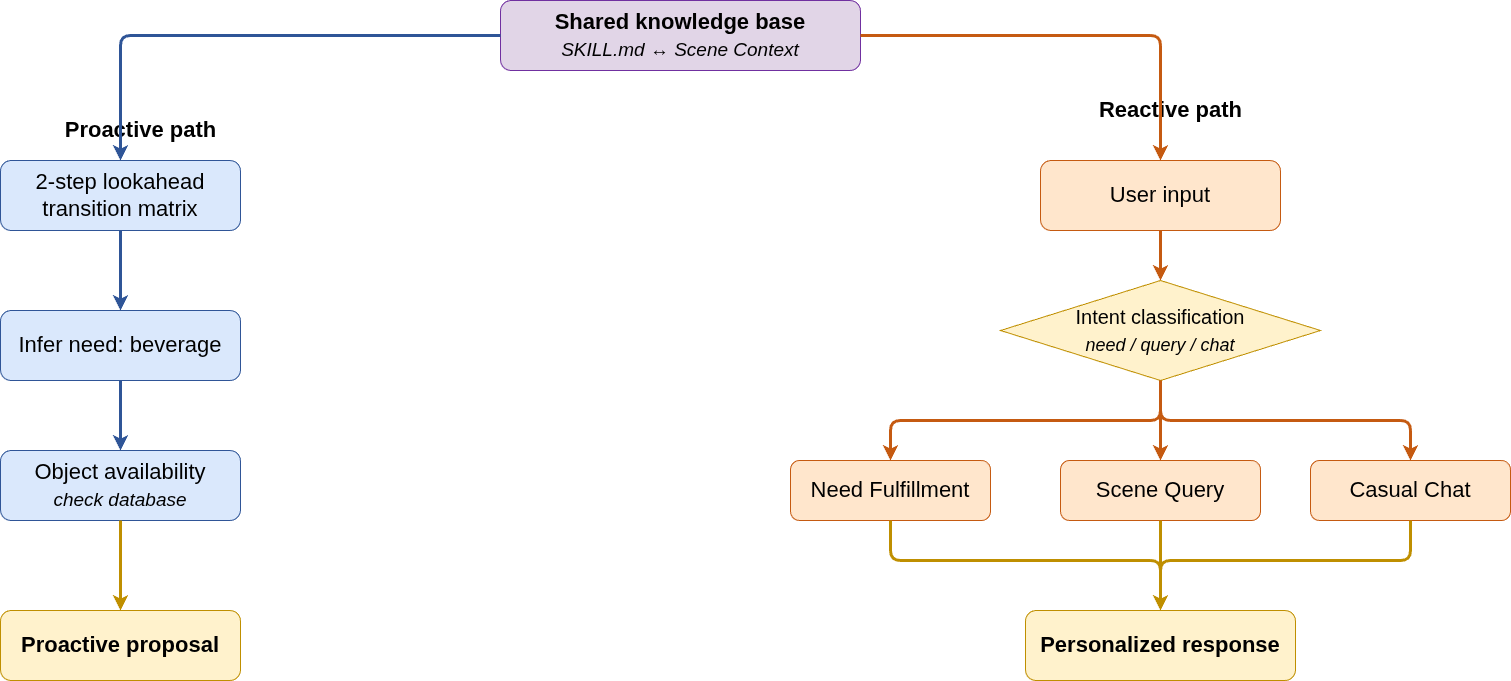
This is drawch3/3.6_service_architecture.png from wenny2377/pythonBackend3, a draw.io export, as it was before one commit. Source tidied: cells renumbered, new cells last; positions are measured from the earlier drawing's top-left corner, leaving out a move shared by most shapes.
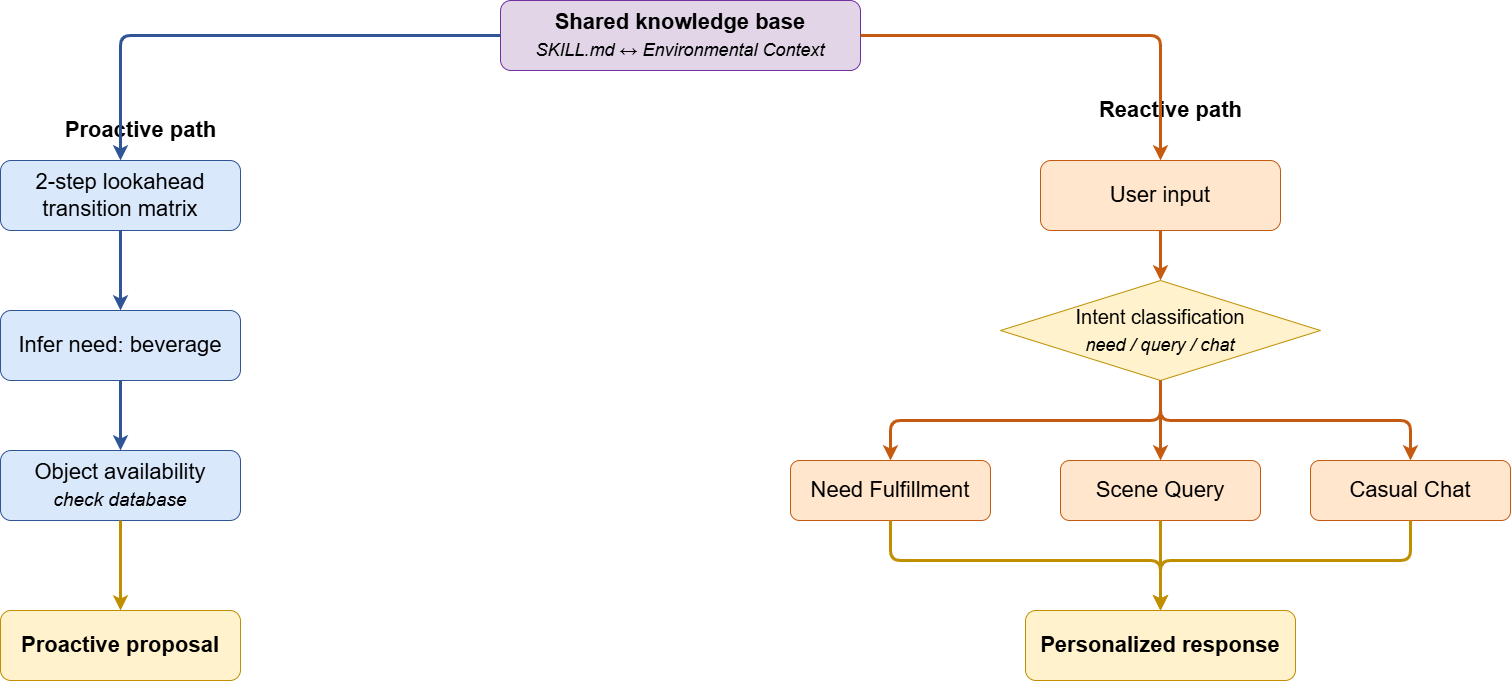
The same file after the commit.

What changed in the source:
```diff
@@ -2,7 +2,7 @@
   <root>
     <mxCell id="0" />
     <mxCell id="1" parent="0" />
-    <mxCell id="2" value="&lt;font style=&quot;color: rgb(0, 0, 0);&quot;&gt;Shared knowledge base&lt;/font&gt;&lt;div&gt;&lt;font style=&quot;color: rgb(0, 0, 0); font-weight: normal; font-size: 19px;&quot;&gt;&lt;i style=&quot;&quot;&gt;SKILL.md ↔ Scene Context&lt;/i&gt;&lt;/font&gt;&lt;/div&gt;" style="rounded=1;whiteSpace=wrap;html=1;fillColor=#e1d5e7;strokeColor=#7030a0;fontColor=#7030a0;fontSize=22;fontStyle=1;" parent="1" vertex="1">
+    <mxCell id="2" value="&lt;font style=&quot;color: rgb(0, 0, 0);&quot;&gt;Shared knowledge base&lt;/font&gt;&lt;div&gt;&lt;font style=&quot;color: rgb(0, 0, 0); font-weight: normal; font-size: 18px;&quot;&gt;&lt;i style=&quot;&quot;&gt;SKILL.md ↔ Environmental Context&lt;/i&gt;&lt;/font&gt;&lt;/div&gt;" style="rounded=1;whiteSpace=wrap;html=1;fillColor=#e1d5e7;strokeColor=#7030a0;fontColor=#7030a0;fontSize=22;fontStyle=1;" parent="1" vertex="1">
       <mxGeometry x="500" width="360" height="70" as="geometry" />
     </mxCell>
     <mxCell id="3" value="&lt;font style=&quot;color: rgb(0, 0, 0);&quot;&gt;Proactive path&lt;/font&gt;" style="text;html=1;strokeColor=none;fillColor=none;align=center;fontColor=#2f5597;fontSize=22;fontStyle=1;" parent="1" vertex="1">
```
